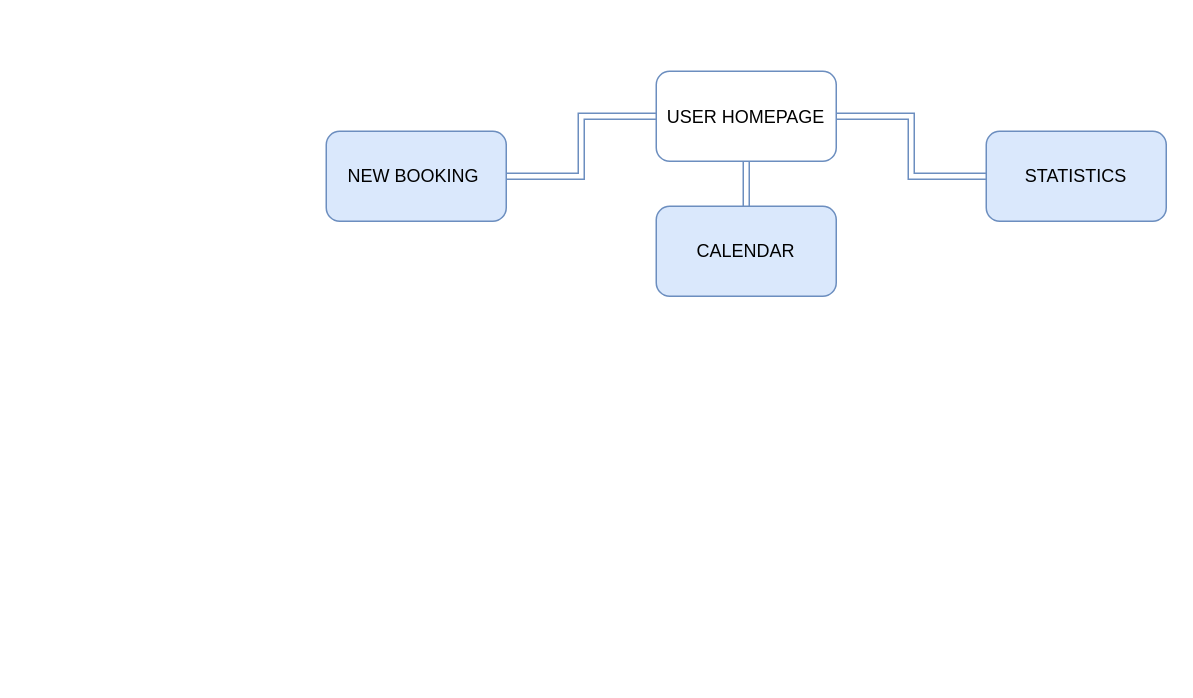
Above: user decomposition.drawio in B34427/ComputingProject (draw.io), before the change. Source tidied: cells renumbered, new cells numbered last; positions are measured from the earlier drawing's top-left corner, leaving out a move shared by most shapes. Both pictures are drawn from the tidied source at 150%, with x=0, y=0 at pixel (326, 70).
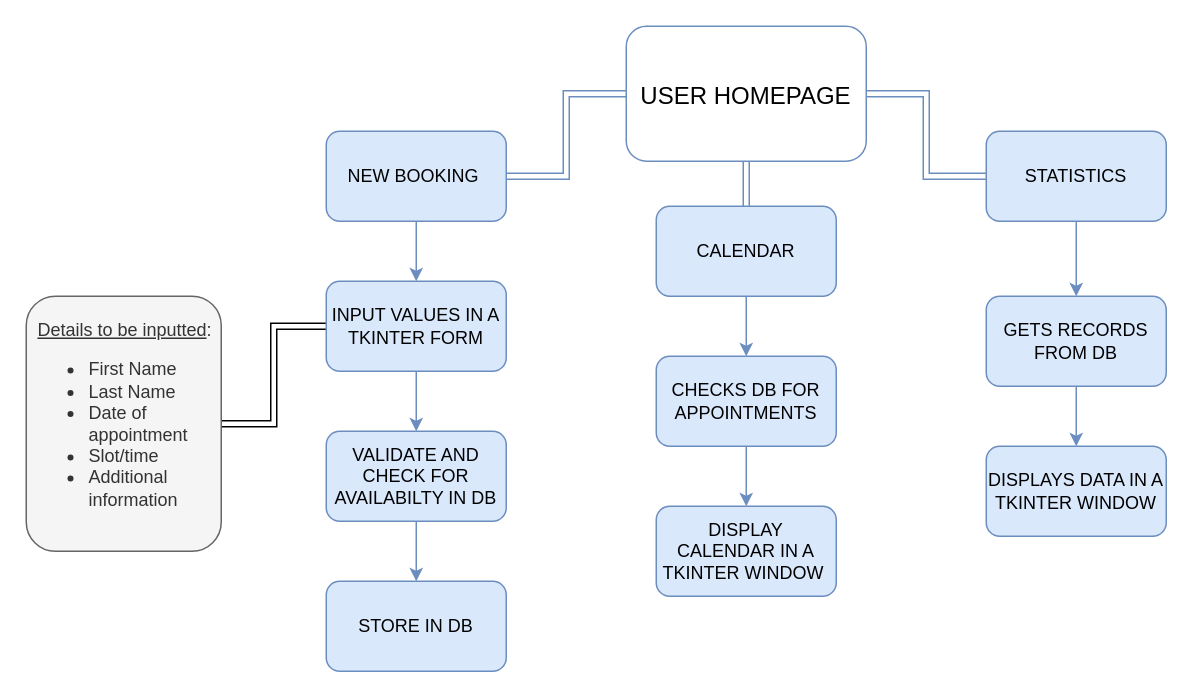
The same page after the edit.

Unchanged cells that the change refers to:
```xml
<mxCell id="6" value="NEW BOOKING&amp;nbsp;" style="whiteSpace=wrap;html=1;rounded=1;align=center;fillColor=#dae8fc;strokeColor=#6c8ebf;" parent="1" vertex="1">
  <mxGeometry y="40" width="120" height="60" as="geometry" />
</mxCell>
<mxCell id="7" value="STATISTICS" style="whiteSpace=wrap;html=1;rounded=1;fillColor=#dae8fc;strokeColor=#6c8ebf;" parent="1" vertex="1">
  <mxGeometry x="440" y="40" width="120" height="60" as="geometry" />
</mxCell>
<mxCell id="8" value="CALENDAR" style="whiteSpace=wrap;html=1;rounded=1;fillColor=#dae8fc;strokeColor=#6c8ebf;" parent="1" vertex="1">
  <mxGeometry x="220" y="90" width="120" height="60" as="geometry" />
</mxCell>
```

Diff of the diagram source:
```diff
@@
-    <mxCell id="5" value="USER HOMEPAGE" style="rounded=1;fillColor=none;strokeColor=#6c8ebf;" parent="1" vertex="1">
-      <mxGeometry x="220" width="120" height="60" as="geometry" />
+    <mxCell id="5" value="USER HOMEPAGE" style="rounded=1;fillColor=none;strokeColor=#6c8ebf;fontSize=16;" parent="1" vertex="1">
+      <mxGeometry x="200" y="-30" width="160" height="90" as="geometry" />
     </mxCell>
+    <mxCell id="9" style="rounded=0;jettySize=auto;html=1;fillColor=#dae8fc;strokeColor=#6c8ebf;" parent="1" edge="1" source="6" target="14">
+      <mxGeometry relative="1" as="geometry" />
+    </mxCell>
@@
+    <mxCell id="10" style="edgeStyle=orthogonalEdgeStyle;rounded=0;jettySize=auto;html=1;fillColor=#dae8fc;strokeColor=#6c8ebf;" parent="1" edge="1" source="7" target="22">
+      <mxGeometry relative="1" as="geometry" />
+    </mxCell>
@@
+    <mxCell id="11" style="edgeStyle=orthogonalEdgeStyle;rounded=0;jettySize=auto;html=1;fillColor=#dae8fc;strokeColor=#6c8ebf;" parent="1" edge="1" source="8" target="19">
+      <mxGeometry relative="1" as="geometry" />
+    </mxCell>
@@
+    <mxCell id="12" style="edgeStyle=orthogonalEdgeStyle;rounded=0;jettySize=auto;html=1;fillColor=#dae8fc;strokeColor=#6c8ebf;" parent="1" edge="1" source="14" target="16">
+      <mxGeometry relative="1" as="geometry" />
+    </mxCell>
+    <mxCell id="13" style="edgeStyle=orthogonalEdgeStyle;rounded=0;jettySize=auto;html=1;shape=link;" parent="1" edge="1" source="14" target="24">
+      <mxGeometry relative="1" as="geometry" />
+    </mxCell>
+    <mxCell id="14" value="INPUT VALUES IN A TKINTER FORM" style="whiteSpace=wrap;html=1;rounded=1;align=center;fillColor=#dae8fc;strokeColor=#6c8ebf;" parent="1" vertex="1">
+      <mxGeometry y="140" width="120" height="60" as="geometry" />
+    </mxCell>
+    <mxCell id="15" style="edgeStyle=orthogonalEdgeStyle;rounded=0;jettySize=auto;html=1;fillColor=#dae8fc;strokeColor=#6c8ebf;" parent="1" edge="1" source="16" target="17">
+      <mxGeometry relative="1" as="geometry" />
+    </mxCell>
+    <mxCell id="16" value="VALIDATE AND CHECK FOR AVAILABILTY IN DB" style="whiteSpace=wrap;html=1;rounded=1;align=center;fillColor=#dae8fc;strokeColor=#6c8ebf;" parent="1" vertex="1">
+      <mxGeometry y="240" width="120" height="60" as="geometry" />
+    </mxCell>
+    <mxCell id="17" value="STORE IN DB" style="whiteSpace=wrap;html=1;rounded=1;align=center;fillColor=#dae8fc;strokeColor=#6c8ebf;" parent="1" vertex="1">
+      <mxGeometry y="340" width="120" height="60" as="geometry" />
+    </mxCell>
+    <mxCell id="18" style="edgeStyle=orthogonalEdgeStyle;rounded=0;jettySize=auto;html=1;fillColor=#dae8fc;strokeColor=#6c8ebf;" parent="1" edge="1" source="19" target="20">
+      <mxGeometry relative="1" as="geometry" />
+    </mxCell>
+    <mxCell id="19" value="CHECKS DB FOR APPOINTMENTS" style="whiteSpace=wrap;html=1;rounded=1;fillColor=#dae8fc;strokeColor=#6c8ebf;" parent="1" vertex="1">
+      <mxGeometry x="220" y="190" width="120" height="60" as="geometry" />
+    </mxCell>
+    <mxCell id="20" value="DISPLAY CALENDAR IN A TKINTER WINDOW&amp;nbsp;" style="whiteSpace=wrap;html=1;rounded=1;fillColor=#dae8fc;strokeColor=#6c8ebf;" parent="1" vertex="1">
+      <mxGeometry x="220" y="290" width="120" height="60" as="geometry" />
+    </mxCell>
+    <mxCell id="21" style="edgeStyle=orthogonalEdgeStyle;rounded=0;jettySize=auto;html=1;fillColor=#dae8fc;strokeColor=#6c8ebf;" parent="1" edge="1" source="22" target="23">
+      <mxGeometry relative="1" as="geometry" />
+    </mxCell>
+    <mxCell id="22" value="GETS RECORDS FROM DB" style="whiteSpace=wrap;html=1;rounded=1;fillColor=#dae8fc;strokeColor=#6c8ebf;" parent="1" vertex="1">
+      <mxGeometry x="440" y="150" width="120" height="60" as="geometry" />
+    </mxCell>
+    <mxCell id="23" value="DISPLAYS DATA IN A TKINTER WINDOW" style="whiteSpace=wrap;html=1;rounded=1;fillColor=#dae8fc;strokeColor=#6c8ebf;" parent="1" vertex="1">
+      <mxGeometry x="440" y="250" width="120" height="60" as="geometry" />
+    </mxCell>
+    <mxCell id="24" value="&lt;div style=&quot;text-align: center;&quot;&gt;&lt;u style=&quot;background-color: transparent; color: light-dark(rgb(51, 51, 51), rgb(193, 193, 193));&quot;&gt;Details to be inputted&lt;/u&gt;&lt;span style=&quot;background-color: transparent; color: light-dark(rgb(51, 51, 51), rgb(193, 193, 193));&quot;&gt;:&lt;/span&gt;&lt;/div&gt;&lt;div&gt;&lt;ul&gt;&lt;li&gt;First Name&lt;/li&gt;&lt;li&gt;Last Name&lt;/li&gt;&lt;li&gt;Date of appointment&lt;/li&gt;&lt;li&gt;Slot/time&amp;nbsp;&lt;/li&gt;&lt;li&gt;Additional information&lt;/li&gt;&lt;/ul&gt;&lt;/div&gt;" style="whiteSpace=wrap;html=1;rounded=1;align=left;fillColor=#f5f5f5;strokeColor=#666666;fontColor=#333333;gradientColor=none;" parent="1" vertex="1">
+      <mxGeometry x="-200" y="150" width="130" height="170" as="geometry" />
+    </mxCell>
```
